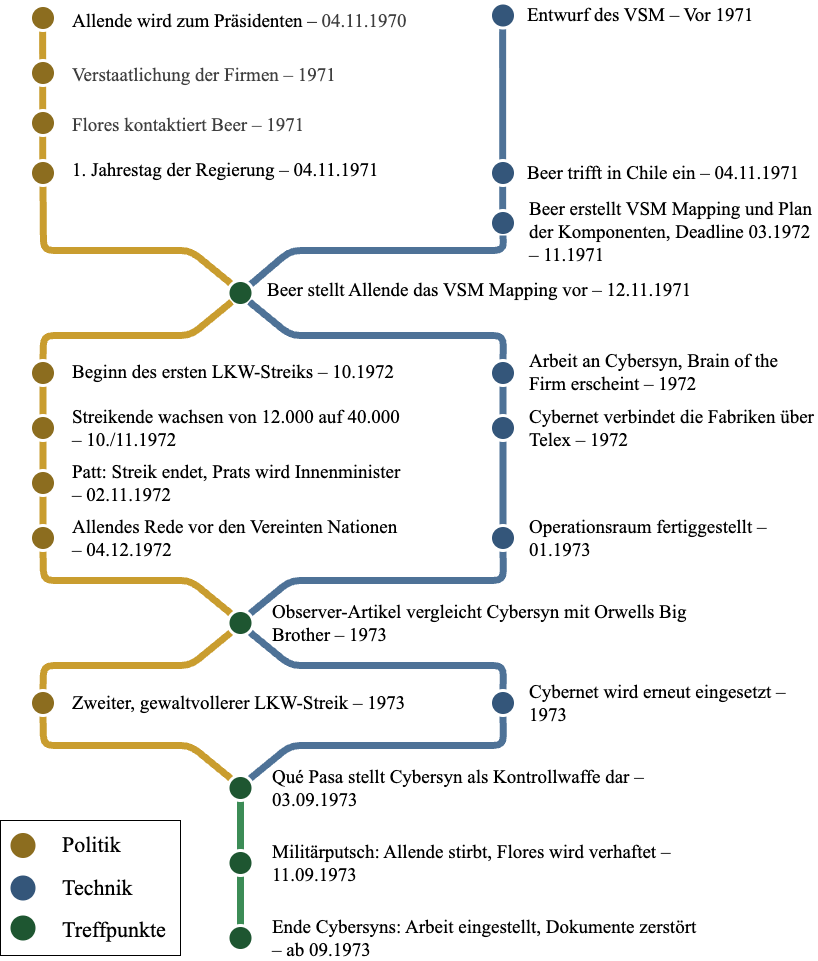
This is abbildungen/zeitstarhl.png from LevinTheDoctor/fom-typst-template, a draw.io export, as it was before one commit. Source tidied: cells renumbered, new cells last; positions are measured from the earlier drawing's top-left corner, leaving out a move shared by most shapes.
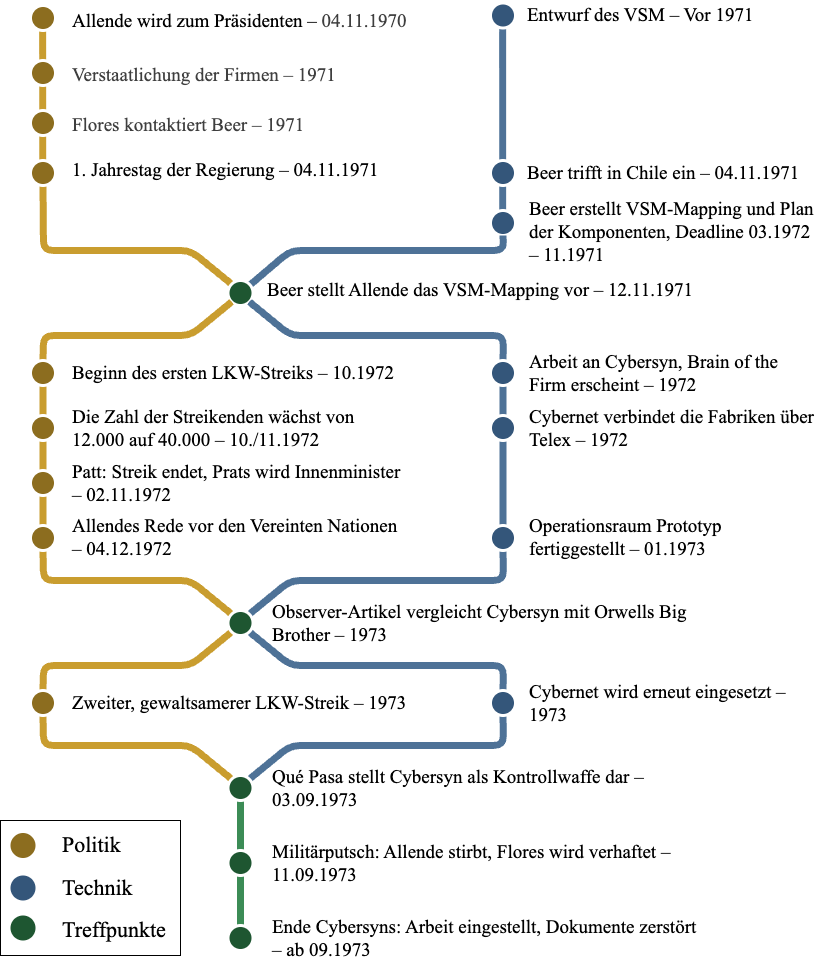
After the commit.

The edit, as a diff of the source:
```diff
@@ -56,13 +56,13 @@
         <mxPoint x="42.1" y="17.5" as="targetPoint" />
       </mxGeometry>
     </mxCell>
-    <mxCell id="18" value="&lt;div style=&quot;&quot;&gt;&lt;font face=&quot;Times New Roman&quot;&gt;&lt;span style=&quot;font-size: 19px;&quot;&gt;Beer erstellt VSM Mapping und Plan der Komponenten, Deadline 03.1972 – 11.1971&amp;nbsp;&lt;/span&gt;&lt;/font&gt;&lt;/div&gt;" style="text;html=1;align=left;verticalAlign=middle;whiteSpace=wrap;rounded=0;" parent="1" vertex="1">
+    <mxCell id="18" value="&lt;div style=&quot;&quot;&gt;&lt;font face=&quot;Times New Roman&quot;&gt;&lt;span style=&quot;font-size: 19px;&quot;&gt;Beer erstellt VSM-Mapping und Plan der Komponenten, Deadline 03.1972 – 11.1971&amp;nbsp;&lt;/span&gt;&lt;/font&gt;&lt;/div&gt;" style="text;html=1;align=left;verticalAlign=middle;whiteSpace=wrap;rounded=0;" parent="1" vertex="1">
       <mxGeometry x="527" y="217" width="290" height="30" as="geometry" />
     </mxCell>
     <mxCell id="19" style="ellipse;whiteSpace=wrap;html=1;strokeColor=#FFFFFF;fillColor=#34567A;strokeWidth=3;" parent="1" vertex="1">
       <mxGeometry x="490" y="210" width="25" height="25" as="geometry" />
     </mxCell>
-    <mxCell id="20" value="&lt;div style=&quot;&quot;&gt;&lt;font face=&quot;Times New Roman&quot;&gt;&lt;span style=&quot;font-size: 19px;&quot;&gt;Beer stellt Allende das VSM Mapping vor – 12.11.1971&amp;nbsp;&lt;/span&gt;&lt;/font&gt;&lt;/div&gt;" style="text;html=1;align=left;verticalAlign=middle;whiteSpace=wrap;rounded=0;" parent="1" vertex="1">
+    <mxCell id="20" value="&lt;div style=&quot;&quot;&gt;&lt;font face=&quot;Times New Roman&quot;&gt;&lt;span style=&quot;font-size: 19px;&quot;&gt;Beer stellt Allende das VSM-Mapping vor – 12.11.1971&amp;nbsp;&lt;/span&gt;&lt;/font&gt;&lt;/div&gt;" style="text;html=1;align=left;verticalAlign=middle;whiteSpace=wrap;rounded=0;" parent="1" vertex="1">
       <mxGeometry x="265" y="275" width="530" height="30" as="geometry" />
     </mxCell>
     <mxCell id="21" style="ellipse;whiteSpace=wrap;html=1;strokeColor=#FFFFFF;fillColor=#8C6D1F;strokeWidth=3;" parent="1" vertex="1">
@@ -223,7 +223,7 @@
     <mxCell id="53" value="&lt;div style=&quot;&quot;&gt;&lt;font face=&quot;Times New Roman&quot;&gt;&lt;span style=&quot;font-size: 19px;&quot;&gt;Cybernet verbindet die Fabriken über Telex – 1972&lt;/span&gt;&lt;/font&gt;&lt;/div&gt;" style="text;html=1;align=left;verticalAlign=middle;whiteSpace=wrap;rounded=0;" parent="1" vertex="1">
       <mxGeometry x="527" y="407.5" width="290" height="40" as="geometry" />
     </mxCell>
-    <mxCell id="54" value="&lt;div style=&quot;&quot;&gt;&lt;font face=&quot;Times New Roman&quot;&gt;&lt;span style=&quot;font-size: 19px;&quot;&gt;Operationsraum fertiggestellt – 01.1973&lt;/span&gt;&lt;/font&gt;&lt;/div&gt;" style="text;html=1;align=left;verticalAlign=middle;whiteSpace=wrap;rounded=0;" parent="1" vertex="1">
+    <mxCell id="54" value="&lt;div style=&quot;&quot;&gt;&lt;font face=&quot;Times New Roman&quot;&gt;&lt;span style=&quot;font-size: 19px;&quot;&gt;Operationsraum Prototyp fertiggestellt – 01.1973&lt;/span&gt;&lt;/font&gt;&lt;/div&gt;" style="text;html=1;align=left;verticalAlign=middle;whiteSpace=wrap;rounded=0;" parent="1" vertex="1">
       <mxGeometry x="527" y="517.5" width="290" height="40" as="geometry" />
     </mxCell>
     <mxCell id="55" value="&lt;div style=&quot;&quot;&gt;&lt;font face=&quot;Times New Roman&quot;&gt;&lt;span style=&quot;font-size: 19px;&quot;&gt;Cybernet wird erneut eingesetzt – 1973&lt;/span&gt;&lt;/font&gt;&lt;/div&gt;" style="text;html=1;align=left;verticalAlign=middle;whiteSpace=wrap;rounded=0;" parent="1" vertex="1">
@@ -232,7 +232,7 @@
     <mxCell id="56" value="&lt;div style=&quot;&quot;&gt;&lt;font face=&quot;Times New Roman&quot;&gt;&lt;span style=&quot;font-size: 19px;&quot;&gt;Beginn des ersten LKW-Streiks – 10.1972&lt;/span&gt;&lt;/font&gt;&lt;/div&gt;" style="text;html=1;align=left;verticalAlign=middle;whiteSpace=wrap;rounded=0;" parent="1" vertex="1">
       <mxGeometry x="70" y="352.5" width="340" height="40" as="geometry" />
     </mxCell>
-    <mxCell id="57" value="&lt;div style=&quot;&quot;&gt;&lt;font face=&quot;Times New Roman&quot;&gt;&lt;span style=&quot;font-size: 19px;&quot;&gt;Streikende wachsen von 12.000 auf 40.000 – 10./11.1972&lt;/span&gt;&lt;/font&gt;&lt;/div&gt;" style="text;html=1;align=left;verticalAlign=middle;whiteSpace=wrap;rounded=0;" parent="1" vertex="1">
+    <mxCell id="57" value="&lt;div style=&quot;&quot;&gt;&lt;font face=&quot;Times New Roman&quot;&gt;&lt;span style=&quot;font-size: 19px;&quot;&gt;Die Zahl der Streikenden wächst von 12.000 auf 40.000 – 10./11.1972&lt;/span&gt;&lt;/font&gt;&lt;/div&gt;" style="text;html=1;align=left;verticalAlign=middle;whiteSpace=wrap;rounded=0;" parent="1" vertex="1">
       <mxGeometry x="70" y="407.5" width="340" height="40" as="geometry" />
     </mxCell>
     <mxCell id="58" value="&lt;div style=&quot;&quot;&gt;&lt;font face=&quot;Times New Roman&quot;&gt;&lt;span style=&quot;font-size: 19px;&quot;&gt;Patt: Streik endet, Prats wird Innenminister – 02.11.1972&lt;/span&gt;&lt;/font&gt;&lt;/div&gt;" style="text;html=1;align=left;verticalAlign=middle;whiteSpace=wrap;rounded=0;" parent="1" vertex="1">
@@ -241,7 +241,7 @@
     <mxCell id="59" value="&lt;div style=&quot;&quot;&gt;&lt;font face=&quot;Times New Roman&quot;&gt;&lt;span style=&quot;font-size: 19px;&quot;&gt;Allendes Rede vor den Vereinten Nationen – 04.12.1972&lt;/span&gt;&lt;/font&gt;&lt;/div&gt;" style="text;html=1;align=left;verticalAlign=middle;whiteSpace=wrap;rounded=0;" parent="1" vertex="1">
       <mxGeometry x="70" y="517.5" width="340" height="40" as="geometry" />
     </mxCell>
-    <mxCell id="60" value="&lt;div style=&quot;&quot;&gt;&lt;font face=&quot;Times New Roman&quot;&gt;&lt;span style=&quot;font-size: 19px;&quot;&gt;Zweiter, gewaltvollerer LKW-Streik – 1973&lt;/span&gt;&lt;/font&gt;&lt;/div&gt;" style="text;html=1;align=left;verticalAlign=middle;whiteSpace=wrap;rounded=0;" parent="1" vertex="1">
+    <mxCell id="60" value="&lt;div style=&quot;&quot;&gt;&lt;font face=&quot;Times New Roman&quot;&gt;&lt;span style=&quot;font-size: 19px;&quot;&gt;Zweiter, gewaltsamerer LKW-Streik – 1973&lt;/span&gt;&lt;/font&gt;&lt;/div&gt;" style="text;html=1;align=left;verticalAlign=middle;whiteSpace=wrap;rounded=0;" parent="1" vertex="1">
       <mxGeometry x="70" y="682.5" width="340" height="40" as="geometry" />
     </mxCell>
     <mxCell id="61" value="&lt;div style=&quot;&quot;&gt;&lt;font face=&quot;Times New Roman&quot;&gt;&lt;span style=&quot;font-size: 19px;&quot;&gt;Observer-Artikel vergleicht Cybersyn mit Orwells Big Brother – 1973&lt;/span&gt;&lt;/font&gt;&lt;/div&gt;" style="text;html=1;align=left;verticalAlign=middle;whiteSpace=wrap;rounded=0;" parent="1" vertex="1">
```
